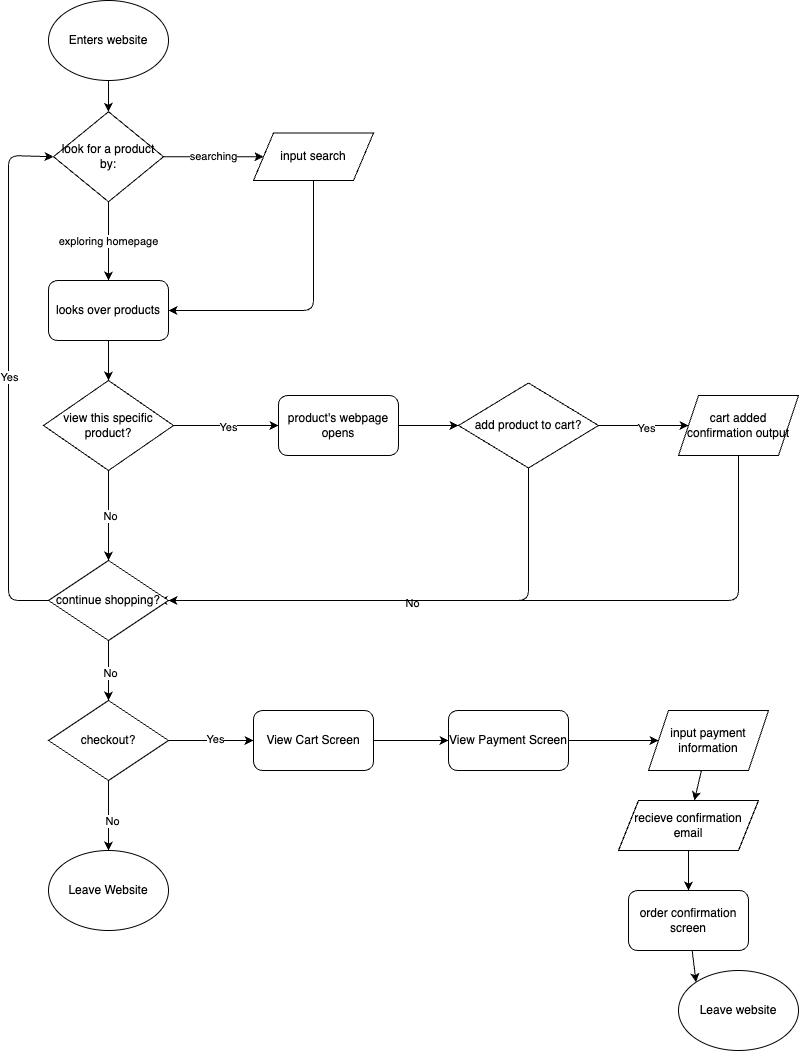
This is explore/diagramming/diagram.drawio.png from ominjoo/sp25-cse110-lab4, a draw.io export, as it was before one commit. Source tidied: cells renumbered, new cells last; positions are measured from the earlier drawing's top-left corner, leaving out a move shared by most shapes.
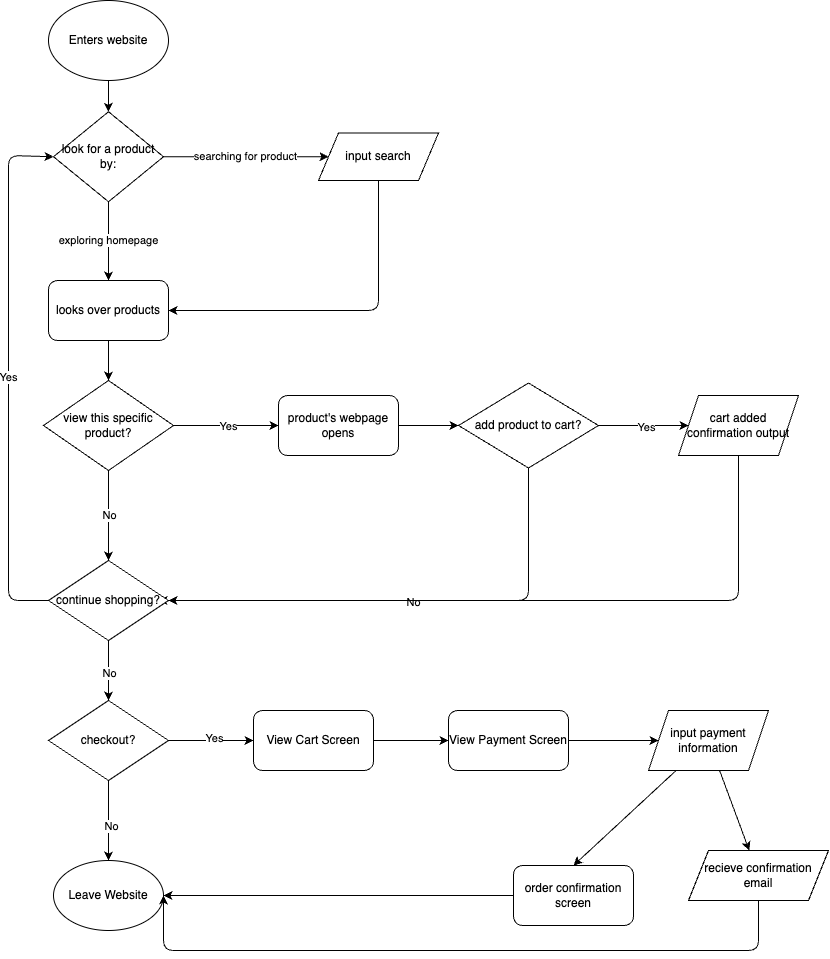
After the commit.

Diff of the diagram source:
```diff
@@ -8,7 +8,7 @@
     <mxCell id="3" value="Enters website" style="ellipse;whiteSpace=wrap;html=1;" parent="1" vertex="1">
       <mxGeometry x="40" width="120" height="80" as="geometry" />
     </mxCell>
-    <mxCell id="4" value="searching" style="edgeStyle=none;html=1;exitX=1;exitY=0.5;exitDx=0;exitDy=0;entryX=0;entryY=0.5;entryDx=0;entryDy=0;" parent="1" edge="1" source="6" target="8">
+    <mxCell id="4" value="searching for product" style="edgeStyle=none;html=1;exitX=1;exitY=0.5;exitDx=0;exitDy=0;entryX=0;entryY=0.5;entryDx=0;entryDy=0;" parent="1" edge="1" source="6" target="8">
       <mxGeometry relative="1" as="geometry" />
     </mxCell>
     <mxCell id="5" value="exploring homepage" style="edgeStyle=none;html=1;" parent="1" edge="1" source="6">
@@ -22,12 +22,12 @@
     <mxCell id="7" style="edgeStyle=none;html=1;entryX=1;entryY=0.5;entryDx=0;entryDy=0;" parent="1" edge="1" source="8" target="10">
       <mxGeometry relative="1" as="geometry">
         <Array as="points">
-          <mxPoint x="305" y="310" />
+          <mxPoint x="370" y="310" />
         </Array>
       </mxGeometry>
     </mxCell>
     <mxCell id="8" value="input search" style="shape=parallelogram;perimeter=parallelogramPerimeter;whiteSpace=wrap;html=1;fixedSize=1;" parent="1" vertex="1">
-      <mxGeometry x="245" y="132.5" width="120" height="47.5" as="geometry" />
+      <mxGeometry x="310" y="132.5" width="120" height="47.5" as="geometry" />
     </mxCell>
     <mxCell id="9" style="edgeStyle=none;html=1;entryX=0.5;entryY=0;entryDx=0;entryDy=0;" parent="1" edge="1" source="10" target="15">
       <mxGeometry relative="1" as="geometry" />
@@ -118,10 +118,8 @@
     <mxCell id="29" value="continue shopping?" style="rhombus;whiteSpace=wrap;html=1;" parent="1" vertex="1">
       <mxGeometry x="40" y="560" width="120" height="80" as="geometry" />
     </mxCell>
-    <mxCell id="30" style="edgeStyle=none;html=1;" parent="1" edge="1" source="34">
-      <mxGeometry relative="1" as="geometry">
-        <mxPoint x="100" y="850" as="targetPoint" />
-      </mxGeometry>
+    <mxCell id="30" style="edgeStyle=none;html=1;entryX=0.5;entryY=0;entryDx=0;entryDy=0;" parent="1" edge="1" source="34" target="35">
+      <mxGeometry relative="1" as="geometry" />
     </mxCell>
     <mxCell id="31" value="No" style="edgeLabel;html=1;align=center;verticalAlign=middle;" parent="30" vertex="1">
       <mxGeometry x="0.13" y="3" relative="1" as="geometry" />
@@ -136,7 +134,7 @@
       <mxGeometry x="40" y="700" width="120" height="80" as="geometry" />
     </mxCell>
     <mxCell id="35" value="Leave Website" style="ellipse;whiteSpace=wrap;html=1;" parent="1" vertex="1">
-      <mxGeometry x="40" y="850" width="120" height="80" as="geometry" />
+      <mxGeometry x="45" y="860" width="110" height="70" as="geometry" />
     </mxCell>
     <mxCell id="36" style="edgeStyle=none;html=1;entryX=0;entryY=0.5;entryDx=0;entryDy=0;" parent="1" edge="1" source="37" target="39">
       <mxGeometry relative="1" as="geometry" />
@@ -153,23 +151,28 @@
     <mxCell id="40" style="edgeStyle=none;html=1;" parent="1" edge="1" source="41" target="45">
       <mxGeometry relative="1" as="geometry" />
     </mxCell>
+    <mxCell id="47" style="edgeStyle=none;html=1;entryX=0.5;entryY=0;entryDx=0;entryDy=0;" parent="1" edge="1" source="41" target="43">
+      <mxGeometry relative="1" as="geometry" />
+    </mxCell>
     <mxCell id="41" value="input payment information" style="shape=parallelogram;perimeter=parallelogramPerimeter;whiteSpace=wrap;html=1;fixedSize=1;" parent="1" vertex="1">
       <mxGeometry x="640" y="710" width="120" height="60" as="geometry" />
     </mxCell>
-    <mxCell id="42" style="edgeStyle=none;html=1;entryX=0;entryY=0;entryDx=0;entryDy=0;" parent="1" edge="1" source="43" target="46">
-      <mxGeometry relative="1" as="geometry" />
-    </mxCell>
+    <mxCell id="48" style="edgeStyle=none;html=1;" parent="1" edge="1" source="43" target="35">
+      <mxGeometry relative="1" as="geometry" />
+    </mxCell>
     <mxCell id="43" value="order confirmation screen" style="rounded=1;whiteSpace=wrap;html=1;" parent="1" vertex="1">
-      <mxGeometry x="620" y="890" width="120" height="60" as="geometry" />
+      <mxGeometry x="505" y="865" width="120" height="60" as="geometry" />
     </mxCell>
-    <mxCell id="44" style="edgeStyle=none;html=1;entryX=0.5;entryY=0;entryDx=0;entryDy=0;" parent="1" edge="1" source="45" target="43">
-      <mxGeometry relative="1" as="geometry" />
-    </mxCell>
+    <mxCell id="49" style="edgeStyle=none;html=1;entryX=1;entryY=0.5;entryDx=0;entryDy=0;" parent="1" edge="1" source="45" target="35">
+      <mxGeometry relative="1" as="geometry">
+        <Array as="points">
+          <mxPoint x="750" y="950" />
+          <mxPoint x="155" y="950" />
+        </Array>
+      </mxGeometry>
+    </mxCell>
     <mxCell id="45" value="recieve confirmation email" style="shape=parallelogram;perimeter=parallelogramPerimeter;whiteSpace=wrap;html=1;fixedSize=1;" parent="1" vertex="1">
-      <mxGeometry x="610" y="800" width="140" height="50" as="geometry" />
+      <mxGeometry x="680" y="850" width="140" height="50" as="geometry" />
     </mxCell>
-    <mxCell id="46" value="Leave website" style="ellipse;whiteSpace=wrap;html=1;" parent="1" vertex="1">
-      <mxGeometry x="670" y="970" width="120" height="80" as="geometry" />
-    </mxCell>
   </root>
 </mxGraphModel>
```
